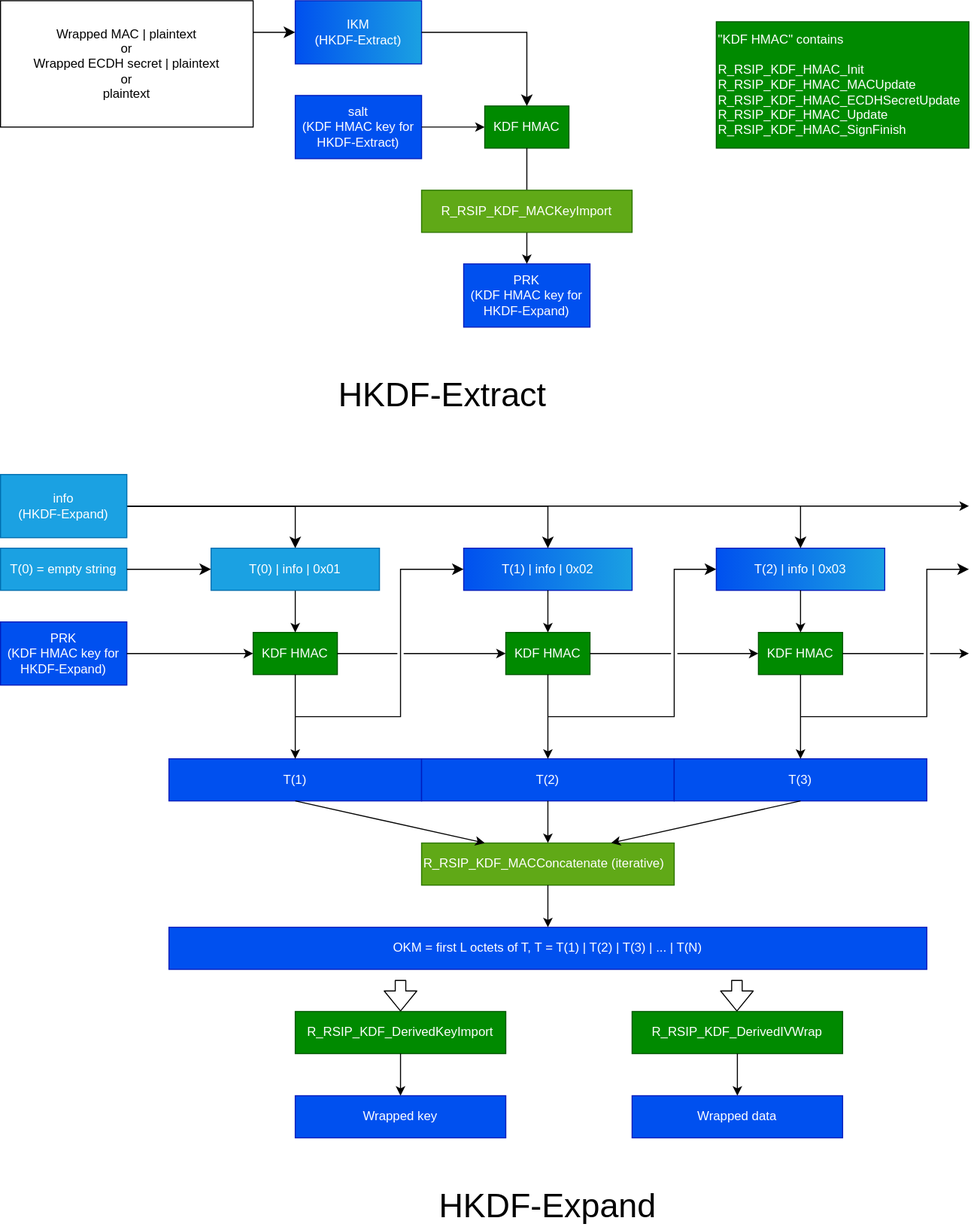
Earlier version of the draw.io export r_rsip_protected_example_hkdf.drawio.svg (renesas/rzn-fsp). Source tidied: cells renumbered, new cells last; positions are measured from the earlier drawing's top-left corner, leaving out a move shared by most shapes.
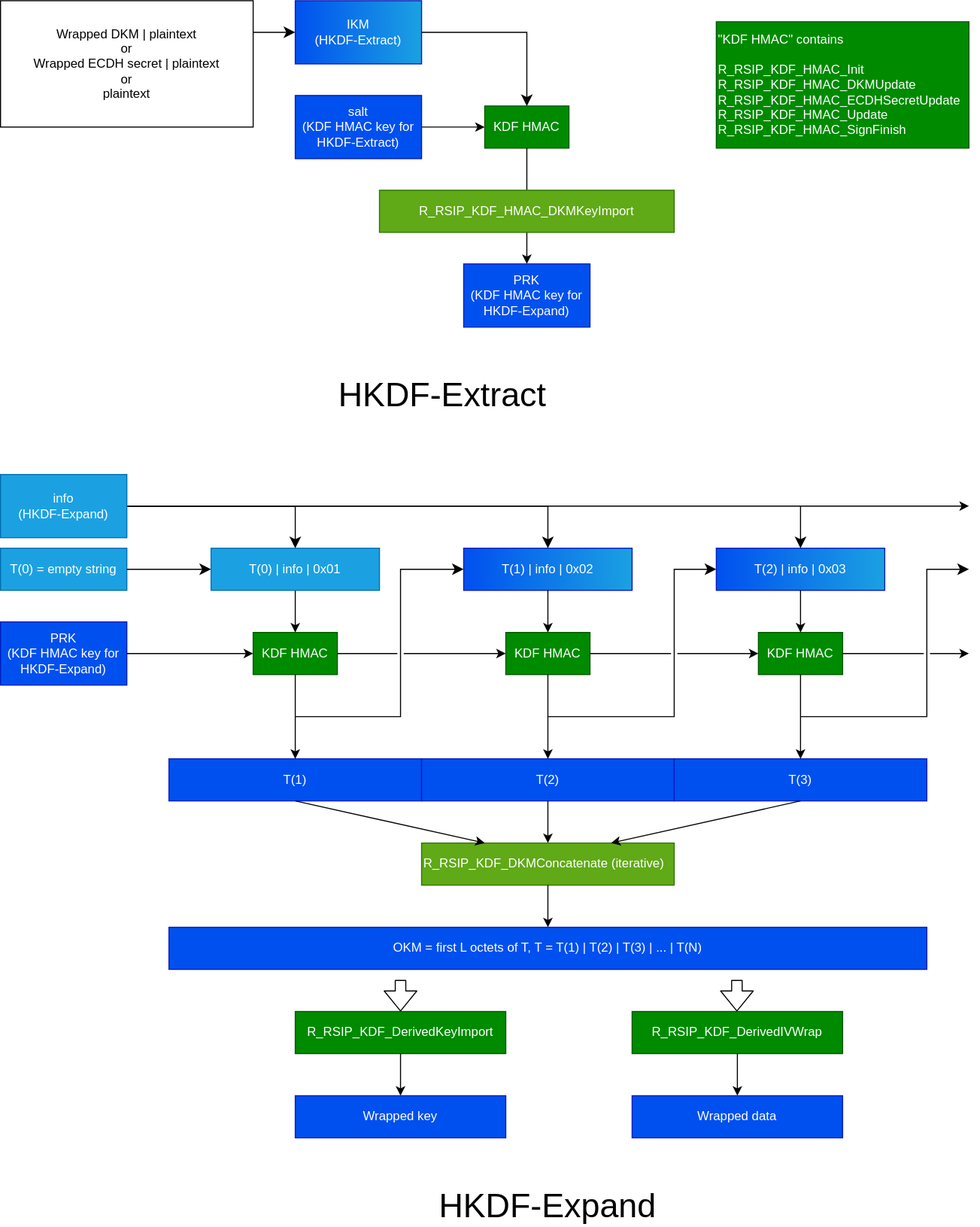
The same diagram one commit later.

What changed in the source:
```diff
@@ -2,7 +2,7 @@
   <root>
     <mxCell id="0" />
     <mxCell id="1" parent="0" />
-    <mxCell id="2" value="&quot;KDF HMAC&quot; contains&lt;br&gt;&lt;br&gt;R_RSIP_KDF_HMAC_Init&lt;br&gt;R_RSIP_KDF_HMAC_MACUpdate&lt;br&gt;R_RSIP_KDF_HMAC_ECDHSecretUpdate&lt;br&gt;R_RSIP_KDF_HMAC_Update&lt;br&gt;R_RSIP_KDF_HMAC_SignFinish" style="rounded=0;whiteSpace=wrap;html=1;align=left;fillColor=#008a00;fontColor=#ffffff;strokeColor=#005700;" parent="1" vertex="1">
+    <mxCell id="2" value="&quot;KDF HMAC&quot; contains&lt;br&gt;&lt;br&gt;R_RSIP_KDF_HMAC_Init&lt;br&gt;R_RSIP_KDF_HMAC_DKMUpdate&lt;br&gt;R_RSIP_KDF_HMAC_ECDHSecretUpdate&lt;br&gt;R_RSIP_KDF_HMAC_Update&lt;br&gt;R_RSIP_KDF_HMAC_SignFinish" style="rounded=0;whiteSpace=wrap;html=1;align=left;fillColor=#008a00;fontColor=#ffffff;strokeColor=#005700;" parent="1" vertex="1">
       <mxGeometry x="680" y="20" width="240" height="120" as="geometry" />
     </mxCell>
     <mxCell id="3" value="T(0) = empty string" style="rounded=0;whiteSpace=wrap;html=1;fillColor=#1ba1e2;fontColor=#ffffff;strokeColor=#006EAF;" parent="1" vertex="1">
@@ -98,7 +98,7 @@
     <mxCell id="26" value="PRK&lt;br&gt;(KDF HMAC key for HKDF-Expand)" style="rounded=0;whiteSpace=wrap;html=1;fillColor=#0050ef;fontColor=#ffffff;strokeColor=#001DBC;" parent="1" vertex="1">
       <mxGeometry y="590" width="120" height="60" as="geometry" />
     </mxCell>
-    <mxCell id="27" value="R_RSIP_KDF_MACConcatenate (iterative)" style="rounded=0;whiteSpace=wrap;html=1;align=left;fillColor=#60a917;fontColor=#ffffff;strokeColor=#2D7600;" parent="1" vertex="1">
+    <mxCell id="27" value="R_RSIP_KDF_DKMConcatenate (iterative)" style="rounded=0;whiteSpace=wrap;html=1;align=left;fillColor=#60a917;fontColor=#ffffff;strokeColor=#2D7600;" parent="1" vertex="1">
       <mxGeometry x="400" y="800" width="240" height="40" as="geometry" />
     </mxCell>
     <mxCell id="28" style="endArrow=classic;html=1;exitX=0.5;exitY=1;exitDx=0;exitDy=0;" parent="1" edge="1" source="16" target="27">
@@ -217,10 +217,10 @@
     <mxCell id="56" style="endArrow=none;html=1;exitX=0.5;exitY=1;exitDx=0;exitDy=0;entryX=0.5;entryY=0;entryDx=0;entryDy=0;" parent="1" edge="1" source="38" target="57">
       <mxGeometry relative="1" as="geometry" />
     </mxCell>
-    <mxCell id="57" value="R_RSIP_KDF_MACKeyImport" style="rounded=0;whiteSpace=wrap;html=1;align=center;fillColor=#60a917;fontColor=#ffffff;strokeColor=#2D7600;" parent="1" vertex="1">
-      <mxGeometry x="400" y="180" width="200" height="40" as="geometry" />
+    <mxCell id="57" value="R_RSIP_KDF_HMAC_DKMKeyImport" style="rounded=0;whiteSpace=wrap;html=1;align=center;fillColor=#60a917;fontColor=#ffffff;strokeColor=#2D7600;" parent="1" vertex="1">
+      <mxGeometry x="360" y="180" width="280" height="40" as="geometry" />
     </mxCell>
-    <mxCell id="58" value="Wrapped MAC | plaintext&lt;br&gt;or&lt;br&gt;Wrapped ECDH secret | plaintext&lt;br&gt;or&lt;br&gt;plaintext" style="rounded=0;whiteSpace=wrap;html=1;" parent="1" vertex="1">
+    <mxCell id="58" value="Wrapped DKM | plaintext&lt;br&gt;or&lt;br&gt;Wrapped ECDH secret | plaintext&lt;br&gt;or&lt;br&gt;plaintext" style="rounded=0;whiteSpace=wrap;html=1;" parent="1" vertex="1">
       <mxGeometry width="240" height="120" as="geometry" />
     </mxCell>
     <mxCell id="59" style="edgeStyle=segmentEdgeStyle;endArrow=classic;html=1;curved=0;rounded=0;endSize=8;startSize=8;exitX=1;exitY=0.25;exitDx=0;exitDy=0;entryX=0;entryY=0.5;entryDx=0;entryDy=0;" parent="1" edge="1" source="58" target="51">
```
